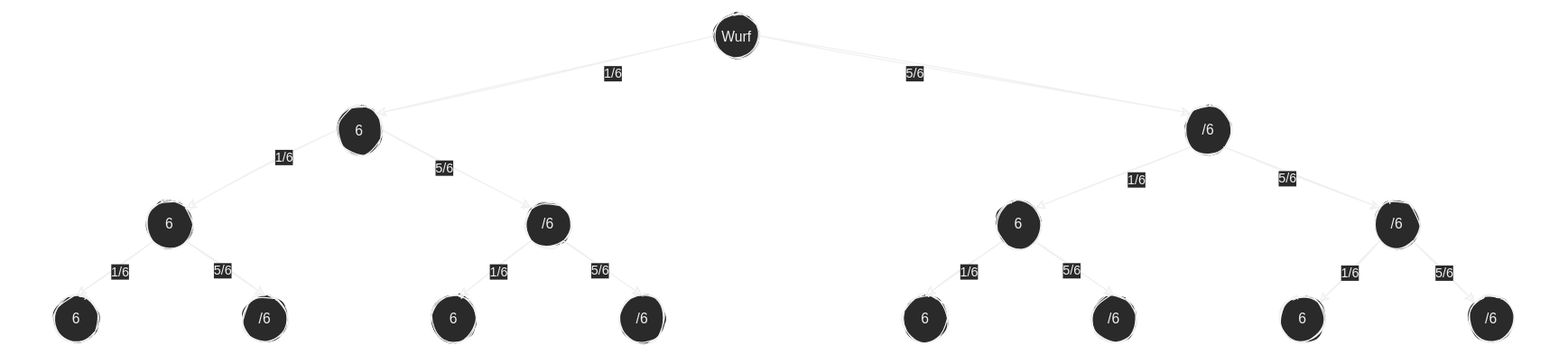
This is mathe/mathe (5)/Untitled Diagram.svg from s-grundner/Elektronik, a draw.io export, as it was before one commit. Source tidied: cells renumbered, new cells last; positions are measured from the earlier drawing's top-left corner, leaving out a move shared by most shapes.
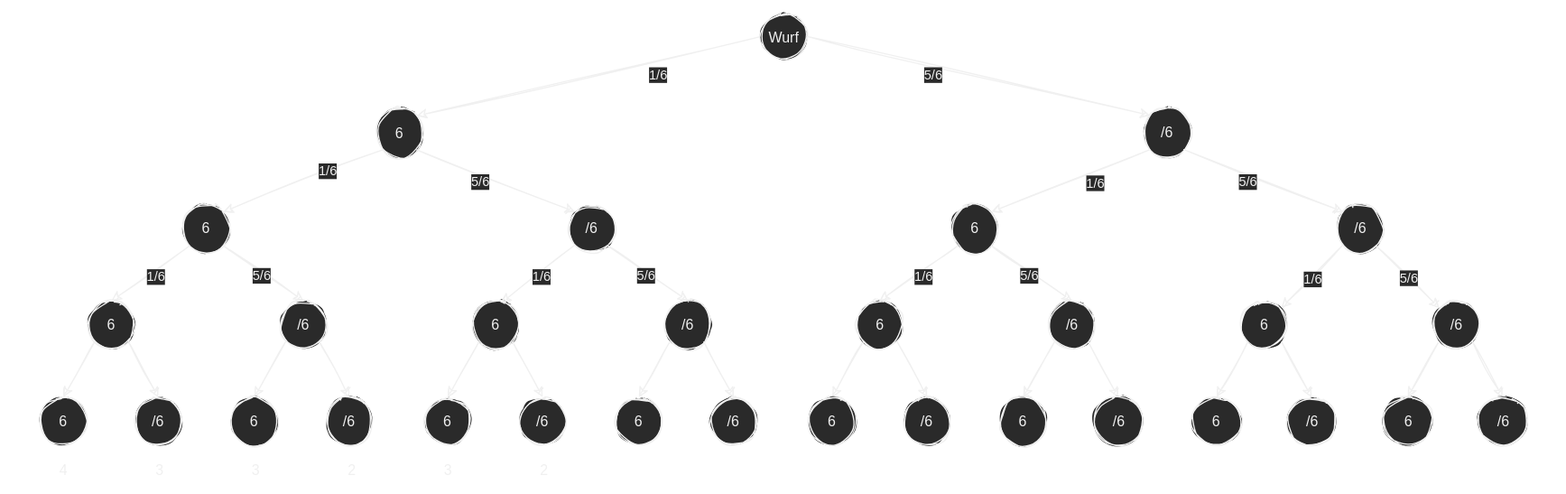
Later version of the same file.

What changed in the source:
```diff
@@ -2,7 +2,7 @@
   <root>
     <mxCell id="0" />
     <mxCell id="1" parent="0" />
-    <mxCell id="2" style="edgeStyle=none;html=1;exitX=0;exitY=0.5;exitDx=0;exitDy=0;entryX=1;entryY=0;entryDx=0;entryDy=0;" parent="1" edge="1" source="4" target="11">
+    <mxCell id="2" style="edgeStyle=none;html=1;exitX=0;exitY=1;exitDx=0;exitDy=0;entryX=1;entryY=0;entryDx=0;entryDy=0;" parent="1" edge="1" source="4" target="11">
       <mxGeometry relative="1" as="geometry" />
     </mxCell>
     <mxCell id="3" value="1/6" style="edgeLabel;html=1;align=center;verticalAlign=middle;" parent="2" vertex="1">
@@ -12,7 +12,7 @@
       <mxGeometry x="240" y="80" width="40" height="40" as="geometry" />
     </mxCell>
     <mxCell id="5" value="/6" style="ellipse;whiteSpace=wrap;html=1;" parent="1" vertex="1">
-      <mxGeometry x="959.3" y="79.6" width="40.4" height="40.4" as="geometry" />
+      <mxGeometry x="878.8" y="79.6" width="40.4" height="40.4" as="geometry" />
     </mxCell>
     <mxCell id="6" style="edgeStyle=none;html=1;exitX=1;exitY=0.5;exitDx=0;exitDy=0;entryX=0;entryY=0;entryDx=0;entryDy=0;" parent="1" edge="1" source="10" target="5">
       <mxGeometry relative="1" as="geometry" />
@@ -39,7 +39,7 @@
     <mxCell id="12" value="/6" style="ellipse;whiteSpace=wrap;html=1;" parent="1" vertex="1">
       <mxGeometry x="400" y="159.9" width="40" height="40" as="geometry" />
     </mxCell>
-    <mxCell id="13" style="edgeStyle=none;html=1;exitX=1;exitY=0.5;exitDx=0;exitDy=0;entryX=0;entryY=0;entryDx=0;entryDy=0;" parent="1" edge="1" source="4" target="12">
+    <mxCell id="13" style="edgeStyle=none;html=1;exitX=1;exitY=1;exitDx=0;exitDy=0;entryX=0;entryY=0;entryDx=0;entryDy=0;" parent="1" edge="1" source="4" target="12">
       <mxGeometry relative="1" as="geometry" />
     </mxCell>
     <mxCell id="14" value="5/6" style="edgeLabel;html=1;align=center;verticalAlign=middle;" parent="13" vertex="1">
@@ -73,6 +73,12 @@
         <mxPoint x="-14" y="12" as="offset" />
       </mxGeometry>
     </mxCell>
+    <mxCell id="45" style="edgeStyle=none;html=1;exitX=0;exitY=1;exitDx=0;exitDy=0;entryX=0.5;entryY=0;entryDx=0;entryDy=0;" parent="1" edge="1" source="21" target="47">
+      <mxGeometry relative="1" as="geometry" />
+    </mxCell>
+    <mxCell id="46" style="edgeStyle=none;html=1;exitX=1;exitY=1;exitDx=0;exitDy=0;entryX=0.5;entryY=0;entryDx=0;entryDy=0;" parent="1" edge="1" source="21" target="48">
+      <mxGeometry relative="1" as="geometry" />
+    </mxCell>
     <mxCell id="21" value="6" style="ellipse;whiteSpace=wrap;html=1;" parent="1" vertex="1">
       <mxGeometry y="239.9" width="40" height="40" as="geometry" />
     </mxCell>
@@ -100,14 +106,14 @@
       </mxGeometry>
     </mxCell>
     <mxCell id="27" value="6" style="ellipse;whiteSpace=wrap;html=1;" parent="1" vertex="1">
-      <mxGeometry x="799" y="159.9" width="40" height="40" as="geometry" />
+      <mxGeometry x="718.5" y="159.9" width="40" height="40" as="geometry" />
     </mxCell>
     <mxCell id="28" value="/6" style="ellipse;whiteSpace=wrap;html=1;" parent="1" vertex="1">
-      <mxGeometry x="1120" y="159.9" width="40" height="40" as="geometry" />
+      <mxGeometry x="1039.5" y="159.9" width="40" height="40" as="geometry" />
     </mxCell>
     <mxCell id="29" style="edgeStyle=none;html=1;exitX=1;exitY=1;exitDx=0;exitDy=0;entryX=0;entryY=0;entryDx=0;entryDy=0;" parent="1" edge="1" target="28">
       <mxGeometry relative="1" as="geometry">
-        <mxPoint x="993.1" y="114" as="sourcePoint" />
+        <mxPoint x="912.6" y="114" as="sourcePoint" />
       </mxGeometry>
     </mxCell>
     <mxCell id="30" value="5/6" style="edgeLabel;html=1;align=center;verticalAlign=middle;" parent="29" vertex="1">
@@ -117,7 +123,7 @@
     </mxCell>
     <mxCell id="31" style="edgeStyle=none;html=1;exitX=0;exitY=1;exitDx=0;exitDy=0;entryX=1;entryY=0;entryDx=0;entryDy=0;" parent="1" edge="1" target="27">
       <mxGeometry relative="1" as="geometry">
-        <mxPoint x="964.9" y="114" as="sourcePoint" />
+        <mxPoint x="884.4" y="114" as="sourcePoint" />
       </mxGeometry>
     </mxCell>
     <mxCell id="32" value="1/6" style="edgeLabel;html=1;align=center;verticalAlign=middle;" parent="31" vertex="1">
@@ -126,14 +132,14 @@
       </mxGeometry>
     </mxCell>
     <mxCell id="33" value="6" style="ellipse;whiteSpace=wrap;html=1;" parent="1" vertex="1">
-      <mxGeometry x="1040" y="239.9" width="40" height="40" as="geometry" />
+      <mxGeometry x="959.5" y="239.9" width="40" height="40" as="geometry" />
     </mxCell>
     <mxCell id="34" value="/6" style="ellipse;whiteSpace=wrap;html=1;" parent="1" vertex="1">
-      <mxGeometry x="1200" y="239.9" width="40" height="40" as="geometry" />
+      <mxGeometry x="1119.5" y="239.9" width="40" height="40" as="geometry" />
     </mxCell>
     <mxCell id="35" style="edgeStyle=none;html=1;exitX=1;exitY=1;exitDx=0;exitDy=0;entryX=0;entryY=0;entryDx=0;entryDy=0;" parent="1" edge="1" target="34">
       <mxGeometry relative="1" as="geometry">
-        <mxPoint x="1153.1" y="194" as="sourcePoint" />
+        <mxPoint x="1072.6" y="194" as="sourcePoint" />
       </mxGeometry>
     </mxCell>
     <mxCell id="36" value="5/6" style="edgeLabel;html=1;align=center;verticalAlign=middle;" parent="35" vertex="1">
@@ -143,7 +149,7 @@
     </mxCell>
     <mxCell id="37" style="edgeStyle=none;html=1;exitX=0;exitY=1;exitDx=0;exitDy=0;entryX=1;entryY=0;entryDx=0;entryDy=0;" parent="1" edge="1" target="33">
       <mxGeometry relative="1" as="geometry">
-        <mxPoint x="1124.9" y="194" as="sourcePoint" />
+        <mxPoint x="1044.4" y="194" as="sourcePoint" />
       </mxGeometry>
     </mxCell>
     <mxCell id="38" value="1/6" style="edgeLabel;html=1;align=center;verticalAlign=middle;" parent="37" vertex="1">
@@ -152,14 +158,14 @@
       </mxGeometry>
     </mxCell>
     <mxCell id="39" value="6" style="ellipse;whiteSpace=wrap;html=1;" parent="1" vertex="1">
-      <mxGeometry x="720" y="239.9" width="40" height="40" as="geometry" />
+      <mxGeometry x="639.5" y="239.9" width="40" height="40" as="geometry" />
     </mxCell>
     <mxCell id="40" value="/6" style="ellipse;whiteSpace=wrap;html=1;" parent="1" vertex="1">
-      <mxGeometry x="880" y="239.9" width="40" height="40" as="geometry" />
+      <mxGeometry x="799.5" y="239.9" width="40" height="40" as="geometry" />
     </mxCell>
     <mxCell id="41" style="edgeStyle=none;html=1;exitX=1;exitY=1;exitDx=0;exitDy=0;entryX=0.5;entryY=0;entryDx=0;entryDy=0;" parent="1" edge="1" target="40">
       <mxGeometry relative="1" as="geometry">
-        <mxPoint x="833.1" y="194" as="sourcePoint" />
+        <mxPoint x="752.6" y="194" as="sourcePoint" />
       </mxGeometry>
     </mxCell>
     <mxCell id="42" value="5/6" style="edgeLabel;html=1;align=center;verticalAlign=middle;" parent="41" vertex="1">
@@ -169,7 +175,7 @@
     </mxCell>
     <mxCell id="43" style="edgeStyle=none;html=1;exitX=0;exitY=1;exitDx=0;exitDy=0;entryX=0.5;entryY=0;entryDx=0;entryDy=0;" parent="1" edge="1" target="39">
       <mxGeometry relative="1" as="geometry">
-        <mxPoint x="804.9" y="194" as="sourcePoint" />
+        <mxPoint x="724.4" y="194" as="sourcePoint" />
       </mxGeometry>
     </mxCell>
     <mxCell id="44" value="1/6" style="edgeLabel;html=1;align=center;verticalAlign=middle;" parent="43" vertex="1">
@@ -177,5 +183,141 @@
         <mxPoint x="-14" y="12" as="offset" />
       </mxGeometry>
     </mxCell>
+    <mxCell id="47" value="6" style="ellipse;whiteSpace=wrap;html=1;" parent="1" vertex="1">
+      <mxGeometry x="-40" y="320" width="40" height="40" as="geometry" />
+    </mxCell>
+    <mxCell id="48" value="/6" style="ellipse;whiteSpace=wrap;html=1;" parent="1" vertex="1">
+      <mxGeometry x="39" y="320" width="40" height="40" as="geometry" />
+    </mxCell>
+    <mxCell id="49" style="edgeStyle=none;html=1;exitX=0;exitY=1;exitDx=0;exitDy=0;entryX=0.5;entryY=0;entryDx=0;entryDy=0;" parent="1" edge="1" target="51">
+      <mxGeometry relative="1" as="geometry">
+        <mxPoint x="164.9" y="274" as="sourcePoint" />
+      </mxGeometry>
+    </mxCell>
+    <mxCell id="50" style="edgeStyle=none;html=1;exitX=1;exitY=1;exitDx=0;exitDy=0;entryX=0.5;entryY=0;entryDx=0;entryDy=0;" parent="1" edge="1" target="52">
+      <mxGeometry relative="1" as="geometry">
+        <mxPoint x="193.1" y="274" as="sourcePoint" />
+      </mxGeometry>
+    </mxCell>
+    <mxCell id="51" value="6" style="ellipse;whiteSpace=wrap;html=1;" parent="1" vertex="1">
+      <mxGeometry x="119" y="320" width="40" height="40" as="geometry" />
+    </mxCell>
+    <mxCell id="52" value="/6" style="ellipse;whiteSpace=wrap;html=1;" parent="1" vertex="1">
+      <mxGeometry x="198" y="320" width="40" height="40" as="geometry" />
+    </mxCell>
+    <mxCell id="53" style="edgeStyle=none;html=1;exitX=0;exitY=1;exitDx=0;exitDy=0;entryX=0.5;entryY=0;entryDx=0;entryDy=0;" parent="1" edge="1" target="55">
+      <mxGeometry relative="1" as="geometry">
+        <mxPoint x="325.9" y="274" as="sourcePoint" />
+      </mxGeometry>
+    </mxCell>
+    <mxCell id="54" style="edgeStyle=none;html=1;exitX=1;exitY=1;exitDx=0;exitDy=0;entryX=0.5;entryY=0;entryDx=0;entryDy=0;" parent="1" edge="1" target="56">
+      <mxGeometry relative="1" as="geometry">
+        <mxPoint x="354.1" y="274" as="sourcePoint" />
+      </mxGeometry>
+    </mxCell>
+    <mxCell id="55" value="6" style="ellipse;whiteSpace=wrap;html=1;" parent="1" vertex="1">
+      <mxGeometry x="280" y="320" width="40" height="40" as="geometry" />
+    </mxCell>
+    <mxCell id="56" value="/6" style="ellipse;whiteSpace=wrap;html=1;" parent="1" vertex="1">
+      <mxGeometry x="359" y="320" width="40" height="40" as="geometry" />
+    </mxCell>
+    <mxCell id="57" style="edgeStyle=none;html=1;exitX=0;exitY=1;exitDx=0;exitDy=0;entryX=0.5;entryY=0;entryDx=0;entryDy=0;" parent="1" edge="1" target="59">
+      <mxGeometry relative="1" as="geometry">
+        <mxPoint x="484.9" y="274" as="sourcePoint" />
+      </mxGeometry>
+    </mxCell>
+    <mxCell id="58" style="edgeStyle=none;html=1;exitX=1;exitY=1;exitDx=0;exitDy=0;entryX=0.5;entryY=0;entryDx=0;entryDy=0;" parent="1" edge="1" target="60">
+      <mxGeometry relative="1" as="geometry">
+        <mxPoint x="513.1" y="274" as="sourcePoint" />
+      </mxGeometry>
+    </mxCell>
+    <mxCell id="59" value="6" style="ellipse;whiteSpace=wrap;html=1;" parent="1" vertex="1">
+      <mxGeometry x="439" y="320" width="40" height="40" as="geometry" />
+    </mxCell>
+    <mxCell id="60" value="/6" style="ellipse;whiteSpace=wrap;html=1;" parent="1" vertex="1">
+      <mxGeometry x="518" y="320" width="40" height="40" as="geometry" />
+    </mxCell>
+    <mxCell id="61" style="edgeStyle=none;html=1;exitX=0;exitY=1;exitDx=0;exitDy=0;entryX=0.5;entryY=0;entryDx=0;entryDy=0;" parent="1" edge="1" target="63">
+      <mxGeometry relative="1" as="geometry">
+        <mxPoint x="645.9" y="274" as="sourcePoint" />
+      </mxGeometry>
+    </mxCell>
+    <mxCell id="62" style="edgeStyle=none;html=1;exitX=1;exitY=1;exitDx=0;exitDy=0;entryX=0.5;entryY=0;entryDx=0;entryDy=0;" parent="1" edge="1" target="64">
+      <mxGeometry relative="1" as="geometry">
+        <mxPoint x="674.1" y="274" as="sourcePoint" />
+      </mxGeometry>
+    </mxCell>
+    <mxCell id="63" value="6" style="ellipse;whiteSpace=wrap;html=1;" parent="1" vertex="1">
+      <mxGeometry x="600" y="320" width="40" height="40" as="geometry" />
+    </mxCell>
+    <mxCell id="64" value="/6" style="ellipse;whiteSpace=wrap;html=1;" parent="1" vertex="1">
+      <mxGeometry x="679" y="320" width="40" height="40" as="geometry" />
+    </mxCell>
+    <mxCell id="65" style="edgeStyle=none;html=1;exitX=0;exitY=1;exitDx=0;exitDy=0;entryX=0.5;entryY=0;entryDx=0;entryDy=0;" parent="1" edge="1" target="67">
+      <mxGeometry relative="1" as="geometry">
+        <mxPoint x="804.9" y="274" as="sourcePoint" />
+      </mxGeometry>
+    </mxCell>
+    <mxCell id="66" style="edgeStyle=none;html=1;exitX=1;exitY=1;exitDx=0;exitDy=0;entryX=0.5;entryY=0;entryDx=0;entryDy=0;" parent="1" edge="1" target="68">
+      <mxGeometry relative="1" as="geometry">
+        <mxPoint x="833.1" y="274" as="sourcePoint" />
+      </mxGeometry>
+    </mxCell>
+    <mxCell id="67" value="6" style="ellipse;whiteSpace=wrap;html=1;" parent="1" vertex="1">
+      <mxGeometry x="759" y="320" width="40" height="40" as="geometry" />
+    </mxCell>
+    <mxCell id="68" value="/6" style="ellipse;whiteSpace=wrap;html=1;" parent="1" vertex="1">
+      <mxGeometry x="838" y="320" width="40" height="40" as="geometry" />
+    </mxCell>
+    <mxCell id="69" style="edgeStyle=none;html=1;exitX=0;exitY=1;exitDx=0;exitDy=0;entryX=0.5;entryY=0;entryDx=0;entryDy=0;" parent="1" edge="1" target="71">
+      <mxGeometry relative="1" as="geometry">
+        <mxPoint x="965.9" y="274" as="sourcePoint" />
+      </mxGeometry>
+    </mxCell>
+    <mxCell id="70" style="edgeStyle=none;html=1;exitX=1;exitY=1;exitDx=0;exitDy=0;entryX=0.5;entryY=0;entryDx=0;entryDy=0;" parent="1" edge="1" target="72">
+      <mxGeometry relative="1" as="geometry">
+        <mxPoint x="994.1" y="274" as="sourcePoint" />
+      </mxGeometry>
+    </mxCell>
+    <mxCell id="71" value="6" style="ellipse;whiteSpace=wrap;html=1;" parent="1" vertex="1">
+      <mxGeometry x="920" y="320" width="40" height="40" as="geometry" />
+    </mxCell>
+    <mxCell id="72" value="/6" style="ellipse;whiteSpace=wrap;html=1;" parent="1" vertex="1">
+      <mxGeometry x="999" y="320" width="40" height="40" as="geometry" />
+    </mxCell>
+    <mxCell id="73" style="edgeStyle=none;html=1;exitX=0;exitY=1;exitDx=0;exitDy=0;entryX=0.5;entryY=0;entryDx=0;entryDy=0;" parent="1" edge="1" target="75">
+      <mxGeometry relative="1" as="geometry">
+        <mxPoint x="1124.9" y="274" as="sourcePoint" />
+      </mxGeometry>
+    </mxCell>
+    <mxCell id="74" style="edgeStyle=none;html=1;exitX=1;exitY=1;exitDx=0;exitDy=0;entryX=0.5;entryY=0;entryDx=0;entryDy=0;" parent="1" edge="1" target="76">
+      <mxGeometry relative="1" as="geometry">
+        <mxPoint x="1153.1" y="274" as="sourcePoint" />
+      </mxGeometry>
+    </mxCell>
+    <mxCell id="75" value="6" style="ellipse;whiteSpace=wrap;html=1;" parent="1" vertex="1">
+      <mxGeometry x="1079" y="320" width="40" height="40" as="geometry" />
+    </mxCell>
+    <mxCell id="76" value="/6" style="ellipse;whiteSpace=wrap;html=1;" parent="1" vertex="1">
+      <mxGeometry x="1158" y="320" width="40" height="40" as="geometry" />
+    </mxCell>
+    <mxCell id="77" value="4" style="text;html=1;align=center;verticalAlign=middle;strokeColor=none;" parent="1" vertex="1">
+      <mxGeometry x="-30" y="370" width="20" height="20" as="geometry" />
+    </mxCell>
+    <mxCell id="78" value="3" style="text;html=1;align=center;verticalAlign=middle;strokeColor=none;" parent="1" vertex="1">
+      <mxGeometry x="50" y="370" width="20" height="20" as="geometry" />
+    </mxCell>
+    <mxCell id="79" value="3" style="text;html=1;align=center;verticalAlign=middle;strokeColor=none;" parent="1" vertex="1">
+      <mxGeometry x="130" y="370" width="20" height="20" as="geometry" />
+    </mxCell>
+    <mxCell id="80" value="2" style="text;html=1;align=center;verticalAlign=middle;strokeColor=none;" parent="1" vertex="1">
+      <mxGeometry x="210" y="370" width="20" height="20" as="geometry" />
+    </mxCell>
+    <mxCell id="81" value="3" style="text;html=1;align=center;verticalAlign=middle;strokeColor=none;" parent="1" vertex="1">
+      <mxGeometry x="290" y="370" width="20" height="20" as="geometry" />
+    </mxCell>
+    <mxCell id="82" value="2" style="text;html=1;align=center;verticalAlign=middle;strokeColor=none;" parent="1" vertex="1">
+      <mxGeometry x="370" y="370" width="20" height="20" as="geometry" />
+    </mxCell>
   </root>
 </mxGraphModel>
```
